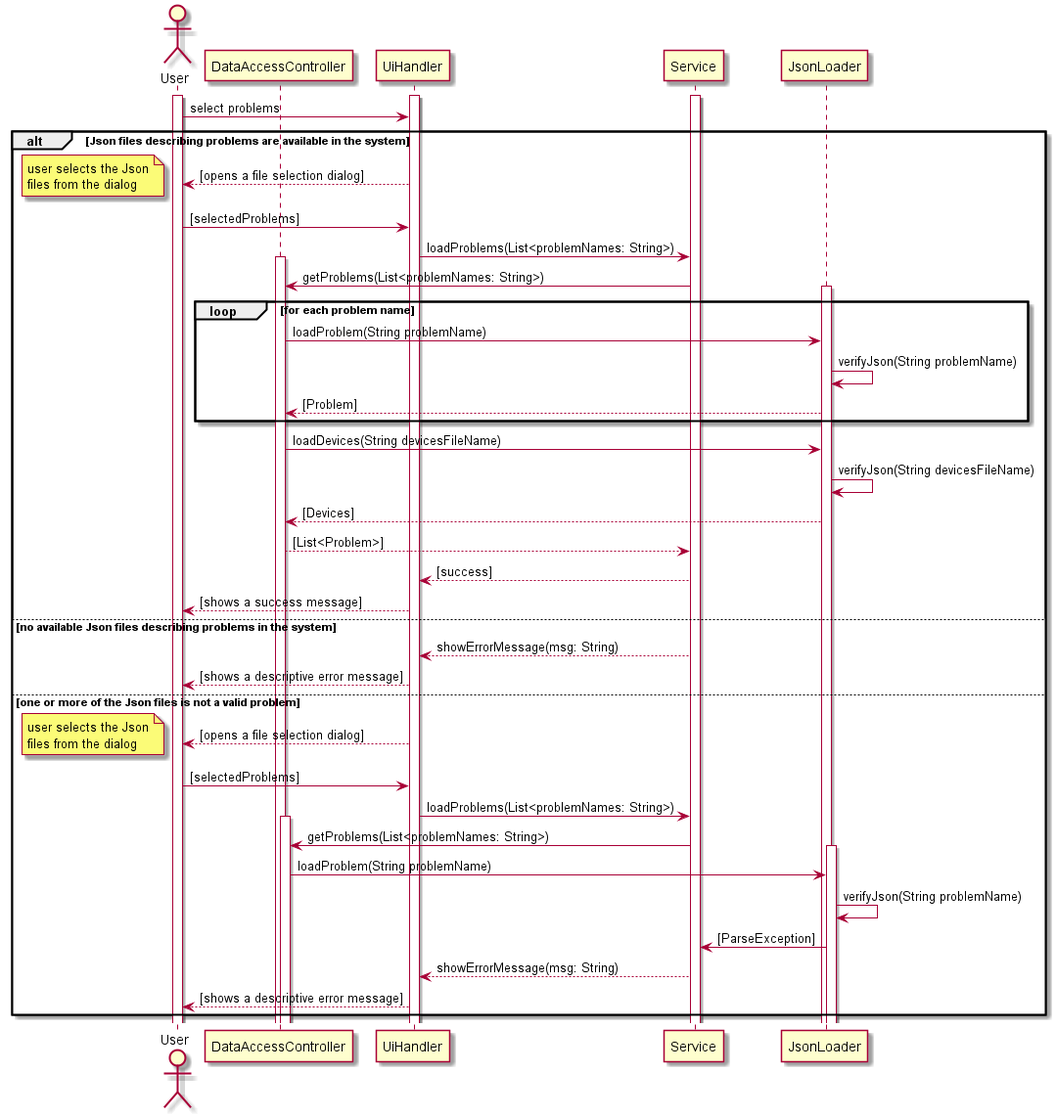
Earlier version of the PlantUML export Final/Docs/Diagrams/behaviour diagrams/pics/dataChooseSeq.png (miamiHits/FinalProject).
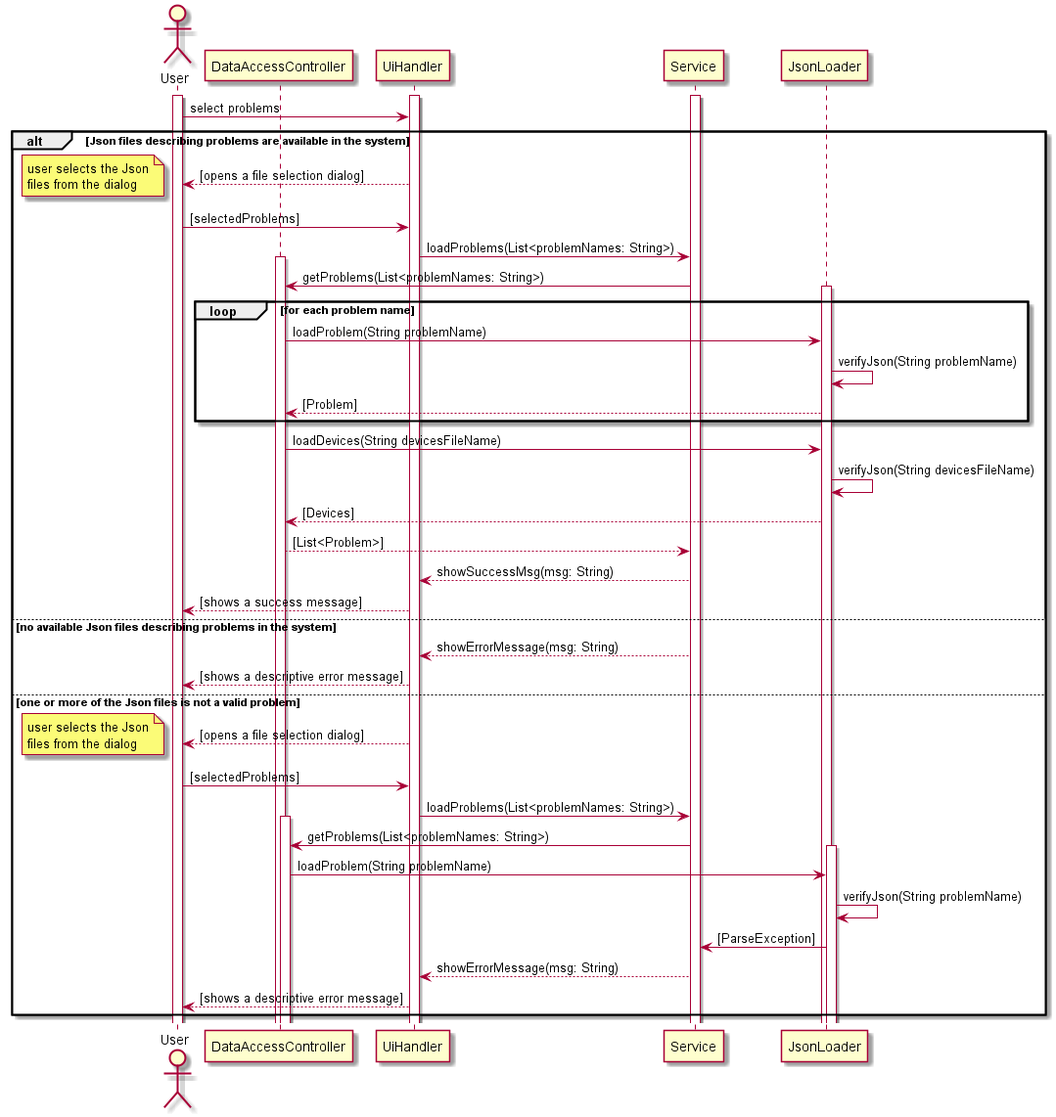
After the change.

The edit, as a diff of the source:
```diff
@@ -33,7 +33,7 @@
     JsonLoader --> DAC : [Devices]
 
     DAC -->Service : [List<Problem>]
-    Service --> UiHandler : [success]
+    Service --> UiHandler : showSuccessMsg(msg: String)
     UiHandler --> u : [shows a success message]
 
 else no available Json files describing problems in the system
```
